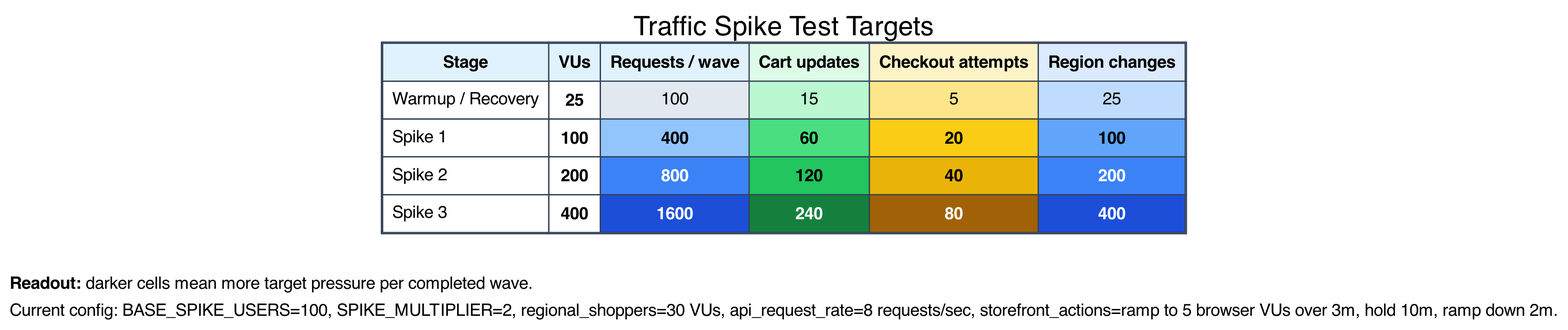
Earlier version of the Graphviz export docs/graphviz/traffic-spike-target-heatmap.png (orenlion1/ensemble-retail). Its source is kept beside it as docs/graphviz/traffic-spike-target-heatmap.dot.
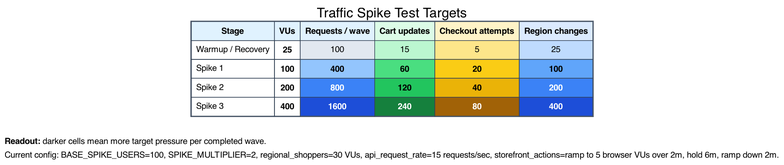
After the change.

Diff of the diagram source:
```diff
@@ -16,7 +16,7 @@
   target_note [label=<
     <TABLE BORDER="0" CELLBORDER="0" CELLSPACING="0" CELLPADDING="4">
       <TR><TD ALIGN="LEFT"><B>Readout:</B> darker cells mean more target pressure per completed wave.</TD></TR>
-      <TR><TD ALIGN="LEFT">Current config: BASE_SPIKE_USERS=100, SPIKE_MULTIPLIER=2, regional_shoppers=30 VUs, api_request_rate=8 requests/sec, storefront_actions=ramp to 5 browser VUs over 3m, hold 10m, ramp down 2m.</TD></TR>
+      <TR><TD ALIGN="LEFT">Current config: BASE_SPIKE_USERS=100, SPIKE_MULTIPLIER=2, regional_shoppers=30 VUs, api_request_rate=15 requests/sec, storefront_actions=ramp to 5 browser VUs over 2m, hold 6m, ramp down 2m.</TD></TR>
     </TABLE>
   >];
 
```
